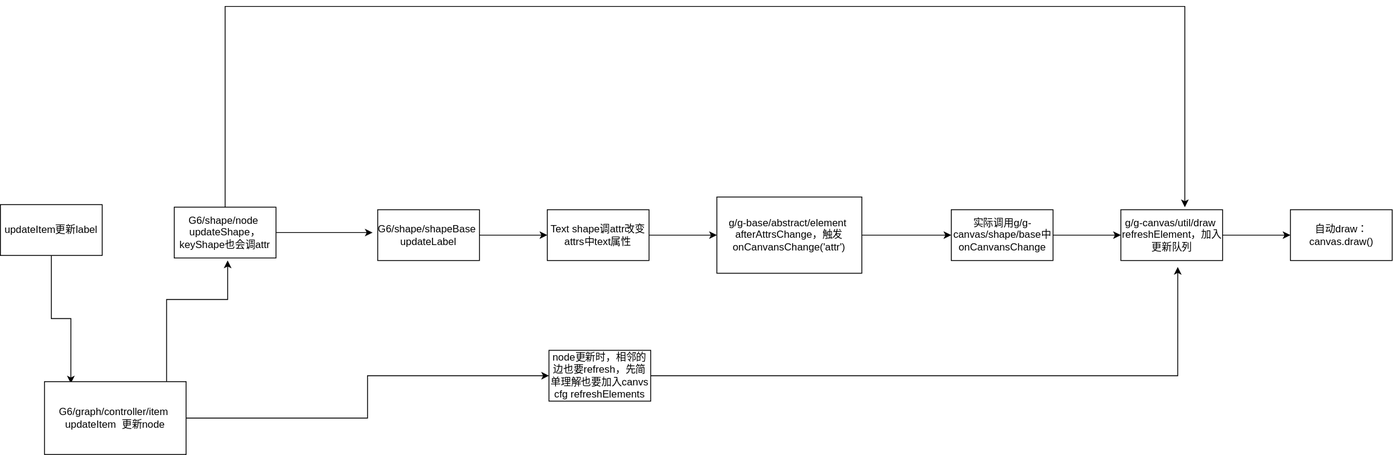
Above: G6/updateItem流程.svg in gaojinwei/diagrams (draw.io), before the change. Source tidied: cells renumbered, new cells last; positions are measured from the earlier drawing's top-left corner, leaving out a move shared by most shapes.
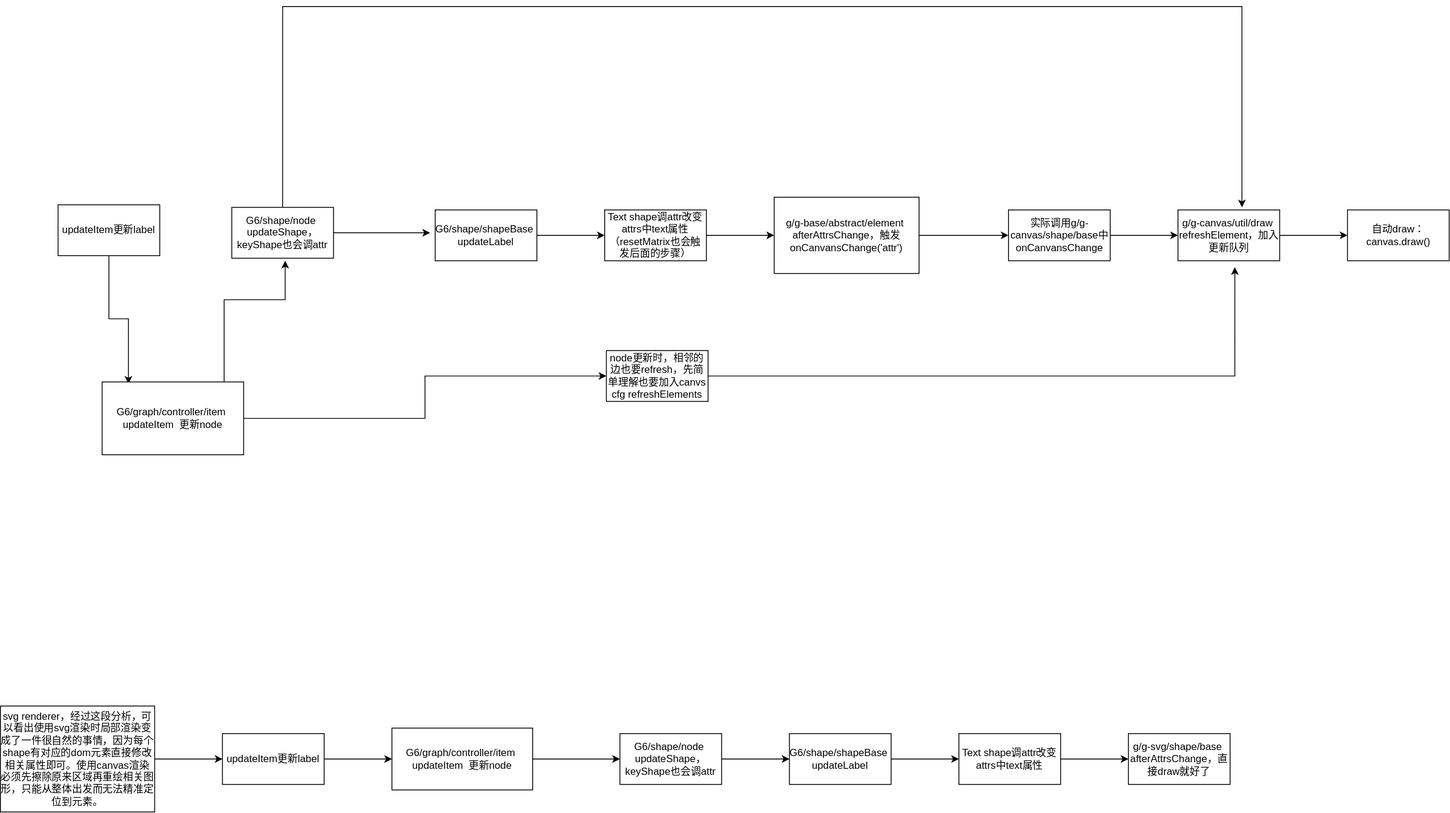
After the change.

What changed in the source:
```diff
@@ -17,7 +17,7 @@
     <mxCell id="6" style="edgeStyle=orthogonalEdgeStyle;rounded=0;jettySize=auto;html=1;" parent="1" edge="1" source="7" target="9">
       <mxGeometry relative="1" as="geometry" />
     </mxCell>
-    <mxCell id="7" value="Text shape调attr改变attrs中text属性" style="whiteSpace=wrap;html=1;rounded=0;" parent="1" vertex="1">
+    <mxCell id="7" value="Text shape调attr改变attrs中text属性（resetMatrix也会触发后面的步骤）" style="whiteSpace=wrap;html=1;rounded=0;" parent="1" vertex="1">
       <mxGeometry x="645" y="240" width="120" height="60" as="geometry" />
     </mxCell>
     <mxCell id="8" style="edgeStyle=orthogonalEdgeStyle;rounded=0;jettySize=auto;html=1;" parent="1" edge="1" source="9" target="11">
@@ -81,5 +81,44 @@
     <mxCell id="22" value="自动draw：canvas.draw()" style="whiteSpace=wrap;html=1;rounded=0;" parent="1" vertex="1">
       <mxGeometry x="1521.5" y="240" width="120" height="60" as="geometry" />
     </mxCell>
+    <mxCell id="23" style="edgeStyle=orthogonalEdgeStyle;rounded=0;jettySize=auto;html=1;" parent="1" edge="1" source="24" target="26">
+      <mxGeometry relative="1" as="geometry" />
+    </mxCell>
+    <mxCell id="24" value="svg renderer，经过这段分析，可以看出使用svg渲染时局部渲染变成了一件很自然的事情，因为每个shape有对应的dom元素直接修改相关属性即可。使用canvas渲染必须先擦除原来区域再重绘相关图形，只能从整体出发而无法精准定位到元素。" style="rounded=0;whiteSpace=wrap;html=1;" parent="1" vertex="1">
+      <mxGeometry x="-68" y="825.5" width="182" height="125" as="geometry" />
+    </mxCell>
+    <mxCell id="25" style="edgeStyle=orthogonalEdgeStyle;rounded=0;jettySize=auto;html=1;" parent="1" edge="1" source="26" target="28">
+      <mxGeometry relative="1" as="geometry" />
+    </mxCell>
+    <mxCell id="26" value="&lt;span&gt;updateItem更新label&lt;/span&gt;" style="whiteSpace=wrap;html=1;rounded=0;" parent="1" vertex="1">
+      <mxGeometry x="194" y="858" width="120" height="60" as="geometry" />
+    </mxCell>
+    <mxCell id="27" style="edgeStyle=orthogonalEdgeStyle;rounded=0;jettySize=auto;html=1;" parent="1" edge="1" source="28" target="30">
+      <mxGeometry relative="1" as="geometry" />
+    </mxCell>
+    <mxCell id="28" value="&lt;span&gt;G6/graph/controller/item&amp;nbsp; updateItem&amp;nbsp; 更新node&lt;/span&gt;" style="whiteSpace=wrap;html=1;rounded=0;" parent="1" vertex="1">
+      <mxGeometry x="394" y="851.5" width="166" height="73" as="geometry" />
+    </mxCell>
+    <mxCell id="29" style="edgeStyle=orthogonalEdgeStyle;rounded=0;jettySize=auto;html=1;" parent="1" edge="1" source="30" target="32">
+      <mxGeometry relative="1" as="geometry" />
+    </mxCell>
+    <mxCell id="30" value="&lt;span&gt;G6/shape/node&amp;nbsp; updateShape，keyShape也会调attr&lt;/span&gt;" style="whiteSpace=wrap;html=1;rounded=0;" parent="1" vertex="1">
+      <mxGeometry x="663" y="858" width="120" height="60" as="geometry" />
+    </mxCell>
+    <mxCell id="31" style="edgeStyle=orthogonalEdgeStyle;rounded=0;jettySize=auto;html=1;" parent="1" edge="1" source="32" target="34">
+      <mxGeometry relative="1" as="geometry" />
+    </mxCell>
+    <mxCell id="32" value="&lt;span&gt;G6/shape/shapeBase&amp;nbsp; updateLabel&lt;/span&gt;" style="whiteSpace=wrap;html=1;rounded=0;" parent="1" vertex="1">
+      <mxGeometry x="863" y="858" width="120" height="60" as="geometry" />
+    </mxCell>
+    <mxCell id="33" style="edgeStyle=orthogonalEdgeStyle;rounded=0;jettySize=auto;html=1;" parent="1" edge="1" source="34" target="35">
+      <mxGeometry relative="1" as="geometry" />
+    </mxCell>
+    <mxCell id="34" value="&lt;span&gt;Text shape调attr改变attrs中text属性&lt;/span&gt;" style="whiteSpace=wrap;html=1;rounded=0;" parent="1" vertex="1">
+      <mxGeometry x="1063" y="858" width="120" height="60" as="geometry" />
+    </mxCell>
+    <mxCell id="35" value="g/g-svg/shape/base&amp;nbsp; afterAttrsChange，直接draw就好了" style="whiteSpace=wrap;html=1;rounded=0;" parent="1" vertex="1">
+      <mxGeometry x="1263" y="858" width="120" height="60" as="geometry" />
+    </mxCell>
   </root>
 </mxGraphModel>
```
